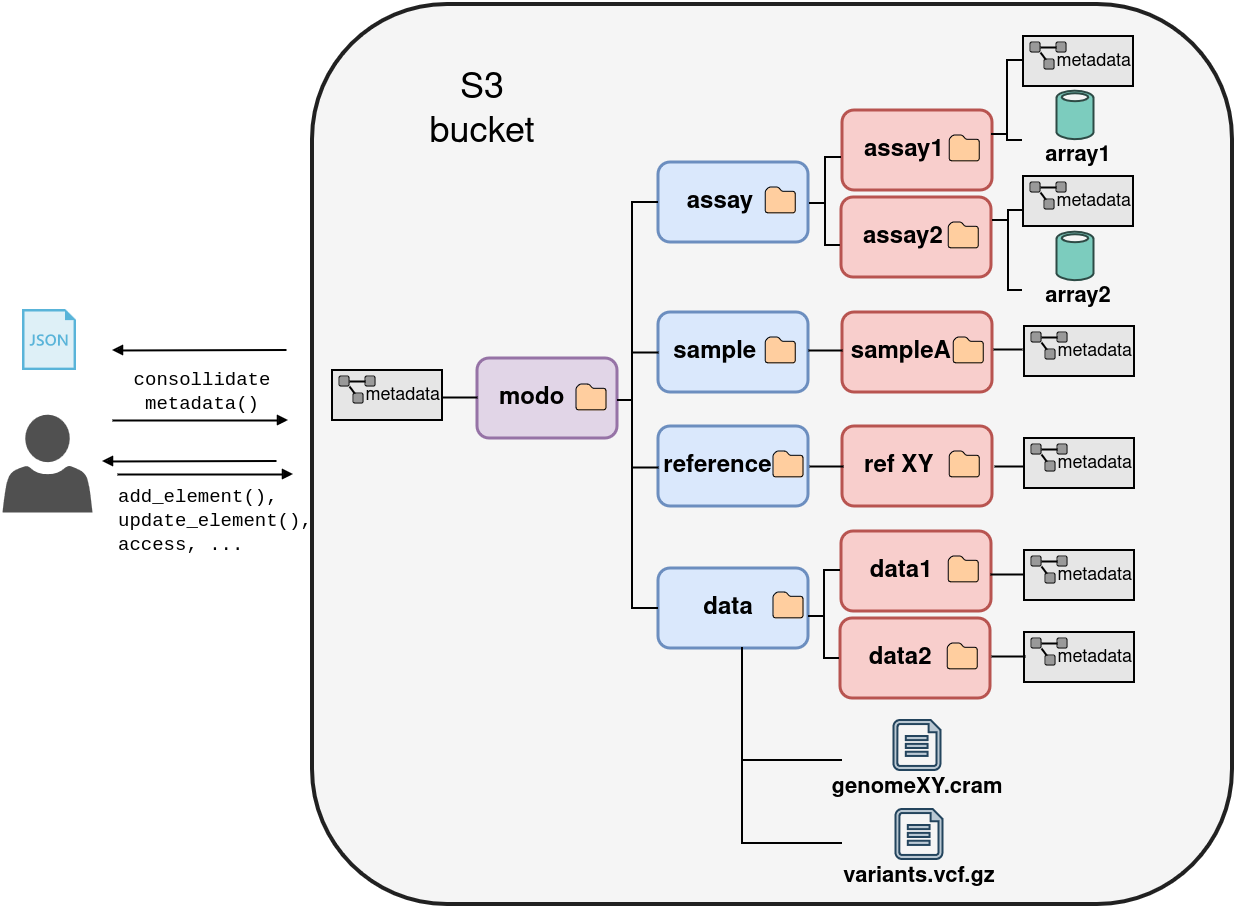
This is assets/images/figures/digital-object-structure.png from sdsc-ordes/modos-poster, a draw.io export, as it was before one commit. Source tidied: cells renumbered, new cells last; positions are measured from the earlier drawing's top-left corner, leaving out a move shared by most shapes.
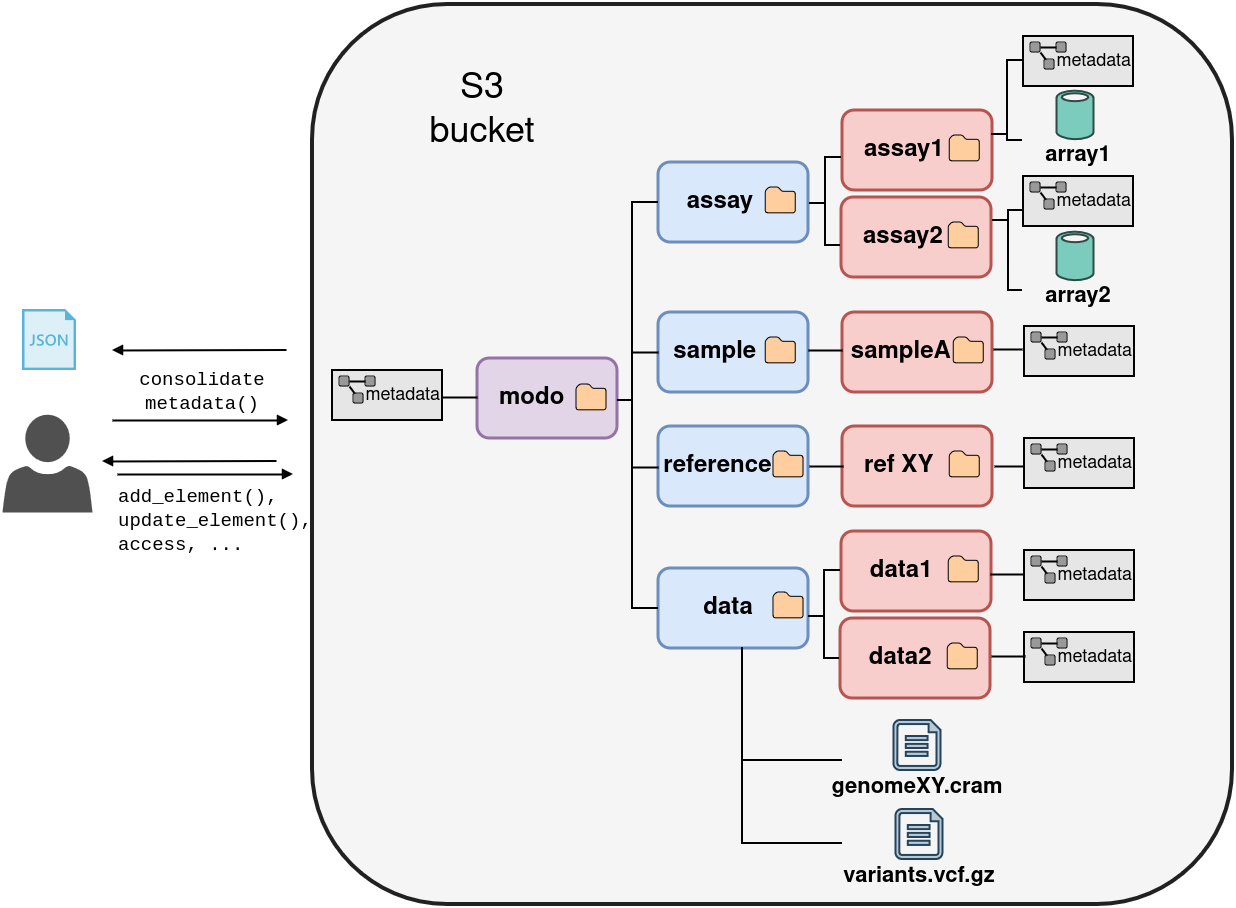
After the commit.

Commit message:
fix: typo in object-structure figure

What changed in the source:
```diff
@@ -478,7 +478,7 @@
     <mxCell id="128" style="image;sketch=0;html=1;align=center;fontSize=12;image=img/lib/mscae/Templates.svg;" parent="1" vertex="1">
       <mxGeometry x="20" y="304.6" width="54" height="61.4" as="geometry" />
     </mxCell>
-    <mxCell id="129" value="&lt;div style=&quot;font-size: 19px;&quot;&gt;&lt;font style=&quot;font-size: 19px;&quot; face=&quot;Courier New&quot;&gt;consollidate&lt;/font&gt;&lt;/div&gt;&lt;div style=&quot;font-size: 19px;&quot;&gt;&lt;font style=&quot;font-size: 19px;&quot; face=&quot;Courier New&quot;&gt;metadata()&lt;br&gt;&lt;/font&gt;&lt;/div&gt;" style="text;html=1;align=center;verticalAlign=middle;whiteSpace=wrap;rounded=0;" parent="1" vertex="1">
+    <mxCell id="129" value="&lt;div style=&quot;font-size: 19px;&quot;&gt;&lt;font style=&quot;font-size: 19px;&quot; face=&quot;Courier New&quot;&gt;consolidate&lt;/font&gt;&lt;/div&gt;&lt;div style=&quot;font-size: 19px;&quot;&gt;&lt;font style=&quot;font-size: 19px;&quot; face=&quot;Courier New&quot;&gt;metadata()&lt;br&gt;&lt;/font&gt;&lt;/div&gt;" style="text;html=1;align=center;verticalAlign=middle;whiteSpace=wrap;rounded=0;" parent="1" vertex="1">
       <mxGeometry x="170" y="373" width="60" height="30" as="geometry" />
     </mxCell>
     <mxCell id="130" value="&lt;div align=&quot;left&quot; style=&quot;font-size: 19px;&quot;&gt;&lt;font style=&quot;font-size: 19px;&quot; face=&quot;Courier New&quot;&gt;add_element(), update_element(), access, ...&lt;br&gt;&lt;/font&gt;&lt;/div&gt;" style="text;html=1;align=left;verticalAlign=middle;whiteSpace=wrap;rounded=0;" parent="1" vertex="1">
```
